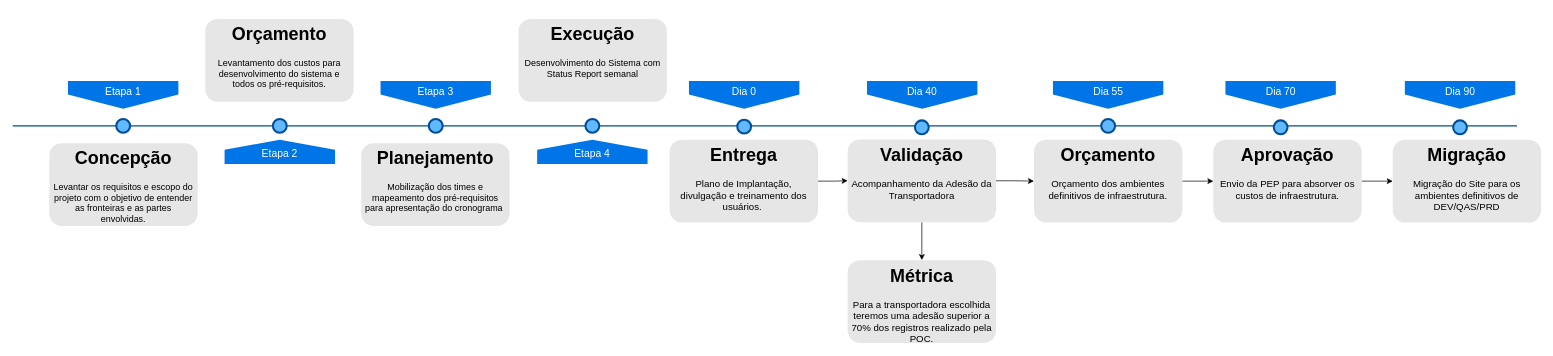
The draw.io diagram Escopo Fechado.drawio in anlugifa/drawio, before the edit. Source tidied: cells renumbered, new cells numbered last; positions are measured from the earlier drawing's top-left corner, leaving out a move shared by most shapes. Both pictures are drawn from the tidied source at 69%, with x=0, y=0 at pixel (12, 19).
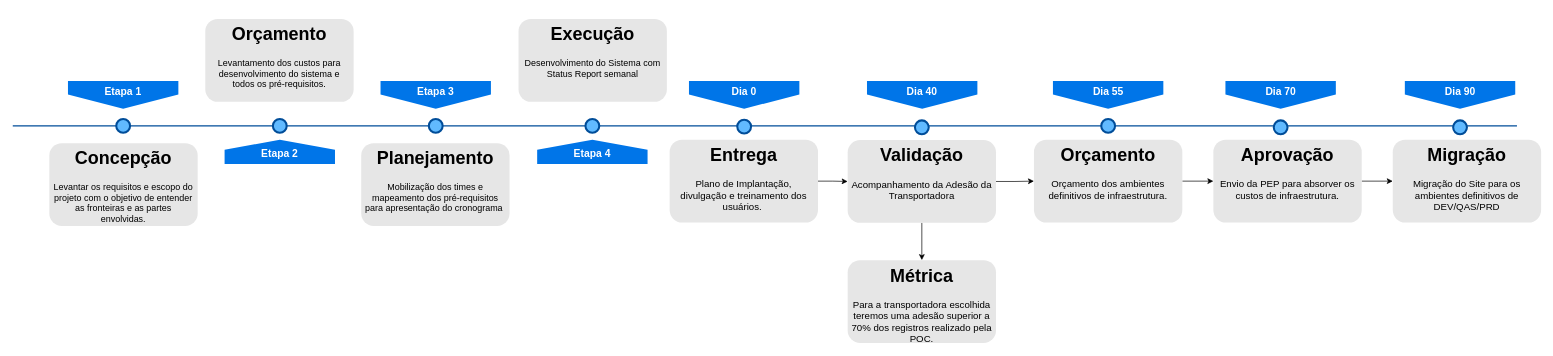
The same diagram, later.

Change to the diagram source:
```diff
@@
-    <mxCell id="3" value="Etapa 1" style="shape=offPageConnector;whiteSpace=wrap;html=1;fillColor=#0075E8;fontSize=15;fontColor=#FFFFFF;size=0.5093750000000015;verticalAlign=top;strokeColor=none;" parent="1" vertex="1">
+    <mxCell id="3" value="Etapa 1" style="shape=offPageConnector;whiteSpace=wrap;html=1;fillColor=#0075E8;fontSize=15;fontColor=#FFFFFF;size=0.5093750000000015;verticalAlign=top;strokeColor=none;fontStyle=1;" parent="1" vertex="1">
       <mxGeometry x="80" y="90" width="160" height="40" as="geometry" />
     </mxCell>
-    <mxCell id="4" value="&lt;span&gt;Etapa 3&lt;/span&gt;" style="shape=offPageConnector;whiteSpace=wrap;html=1;fillColor=#0075E8;fontSize=15;fontColor=#FFFFFF;size=0.5093750000000015;verticalAlign=top;strokeColor=none;" parent="1" vertex="1">
+    <mxCell id="4" value="&lt;span&gt;Etapa 3&lt;/span&gt;" style="shape=offPageConnector;whiteSpace=wrap;html=1;fillColor=#0075E8;fontSize=15;fontColor=#FFFFFF;size=0.5093750000000015;verticalAlign=top;strokeColor=none;fontStyle=1;" parent="1" vertex="1">
       <mxGeometry x="533" y="90" width="160" height="40" as="geometry" />
     </mxCell>
-    <mxCell id="5" value="&lt;span&gt;Etapa 2&lt;/span&gt;" style="shape=offPageConnector;whiteSpace=wrap;html=1;fillColor=#0075E8;fontSize=15;fontColor=#FFFFFF;size=0.4178571428571445;flipV=1;verticalAlign=bottom;strokeColor=none;spacingBottom=4;" parent="1" vertex="1">
+    <mxCell id="5" value="&lt;span&gt;Etapa 2&lt;/span&gt;" style="shape=offPageConnector;whiteSpace=wrap;html=1;fillColor=#0075E8;fontSize=15;fontColor=#FFFFFF;size=0.4178571428571445;flipV=1;verticalAlign=bottom;strokeColor=none;spacingBottom=4;fontStyle=1;" parent="1" vertex="1">
       <mxGeometry x="307" y="175" width="160" height="35" as="geometry" />
     </mxCell>
-    <mxCell id="6" value="Etapa 4" style="shape=offPageConnector;whiteSpace=wrap;html=1;fillColor=#0075E8;fontSize=15;fontColor=#FFFFFF;size=0.4178571428571445;flipV=1;verticalAlign=bottom;strokeColor=none;spacingBottom=4;" parent="1" vertex="1">
+    <mxCell id="6" value="Etapa 4" style="shape=offPageConnector;whiteSpace=wrap;html=1;fillColor=#0075E8;fontSize=15;fontColor=#FFFFFF;size=0.4178571428571445;flipV=1;verticalAlign=bottom;strokeColor=none;spacingBottom=4;fontStyle=1;" parent="1" vertex="1">
       <mxGeometry x="760" y="175" width="160" height="35" as="geometry" />
     </mxCell>
@@
-    <mxCell id="16" value="&lt;span&gt;Dia 0&lt;/span&gt;" style="shape=offPageConnector;whiteSpace=wrap;html=1;fillColor=#0075E8;fontSize=15;fontColor=#FFFFFF;size=0.5093750000000015;verticalAlign=top;strokeColor=none;" parent="1" vertex="1">
+    <mxCell id="16" value="&lt;span&gt;Dia 0&lt;/span&gt;" style="shape=offPageConnector;whiteSpace=wrap;html=1;fillColor=#0075E8;fontSize=15;fontColor=#FFFFFF;size=0.5093750000000015;verticalAlign=top;strokeColor=none;fontStyle=1;" parent="1" vertex="1">
       <mxGeometry x="980" y="90" width="160" height="40" as="geometry" />
     </mxCell>
@@
     <mxCell id="21" value="&lt;h1&gt;Validação&lt;/h1&gt;&lt;p&gt;&lt;font style=&quot;font-size: 14px&quot;&gt;Acompanhamento da Adesão da Transportadora&lt;/font&gt;&lt;/p&gt;" style="text;html=1;spacing=5;spacingTop=-20;whiteSpace=wrap;overflow=hidden;strokeColor=none;strokeWidth=3;fillColor=#E6E6E6;fontSize=13;fontColor=#000000;align=center;rounded=1;" parent="1" vertex="1">
-      <mxGeometry x="1210" y="174.5" width="215" height="120" as="geometry" />
+      <mxGeometry x="1210" y="175.5" width="215" height="120" as="geometry" />
     </mxCell>
@@
-    <mxCell id="27" value="&lt;span&gt;Dia 40&lt;/span&gt;" style="shape=offPageConnector;whiteSpace=wrap;html=1;fillColor=#0075E8;fontSize=15;fontColor=#FFFFFF;size=0.5093750000000015;verticalAlign=top;strokeColor=none;" parent="1" vertex="1">
+    <mxCell id="27" value="&lt;span&gt;Dia 40&lt;/span&gt;" style="shape=offPageConnector;whiteSpace=wrap;html=1;fillColor=#0075E8;fontSize=15;fontColor=#FFFFFF;size=0.5093750000000015;verticalAlign=top;strokeColor=none;fontStyle=1;" parent="1" vertex="1">
       <mxGeometry x="1238" y="90" width="160" height="40" as="geometry" />
     </mxCell>
-    <mxCell id="28" value="&lt;span&gt;Dia 55&lt;/span&gt;" style="shape=offPageConnector;whiteSpace=wrap;html=1;fillColor=#0075E8;fontSize=15;fontColor=#FFFFFF;size=0.5093750000000015;verticalAlign=top;strokeColor=none;" parent="1" vertex="1">
+    <mxCell id="28" value="&lt;span&gt;Dia 55&lt;/span&gt;" style="shape=offPageConnector;whiteSpace=wrap;html=1;fillColor=#0075E8;fontSize=15;fontColor=#FFFFFF;size=0.5093750000000015;verticalAlign=top;strokeColor=none;fontStyle=1;" parent="1" vertex="1">
       <mxGeometry x="1507.5" y="90" width="160" height="40" as="geometry" />
     </mxCell>
-    <mxCell id="29" value="&lt;span&gt;Dia 70&lt;/span&gt;" style="shape=offPageConnector;whiteSpace=wrap;html=1;fillColor=#0075E8;fontSize=15;fontColor=#FFFFFF;size=0.5093750000000015;verticalAlign=top;strokeColor=none;" parent="1" vertex="1">
+    <mxCell id="29" value="&lt;span&gt;Dia 70&lt;/span&gt;" style="shape=offPageConnector;whiteSpace=wrap;html=1;fillColor=#0075E8;fontSize=15;fontColor=#FFFFFF;size=0.5093750000000015;verticalAlign=top;strokeColor=none;fontStyle=1;" parent="1" vertex="1">
       <mxGeometry x="1757.5" y="90" width="160" height="40" as="geometry" />
     </mxCell>
@@
-    <mxCell id="34" value="&lt;span&gt;Dia 90&lt;/span&gt;" style="shape=offPageConnector;whiteSpace=wrap;html=1;fillColor=#0075E8;fontSize=15;fontColor=#FFFFFF;size=0.5093750000000015;verticalAlign=top;strokeColor=none;" parent="1" vertex="1">
+    <mxCell id="34" value="&lt;span&gt;Dia 90&lt;/span&gt;" style="shape=offPageConnector;whiteSpace=wrap;html=1;fillColor=#0075E8;fontSize=15;fontColor=#FFFFFF;size=0.5093750000000015;verticalAlign=top;strokeColor=none;fontStyle=1;" parent="1" vertex="1">
       <mxGeometry x="2017.5" y="90" width="160" height="40" as="geometry" />
     </mxCell>
```
